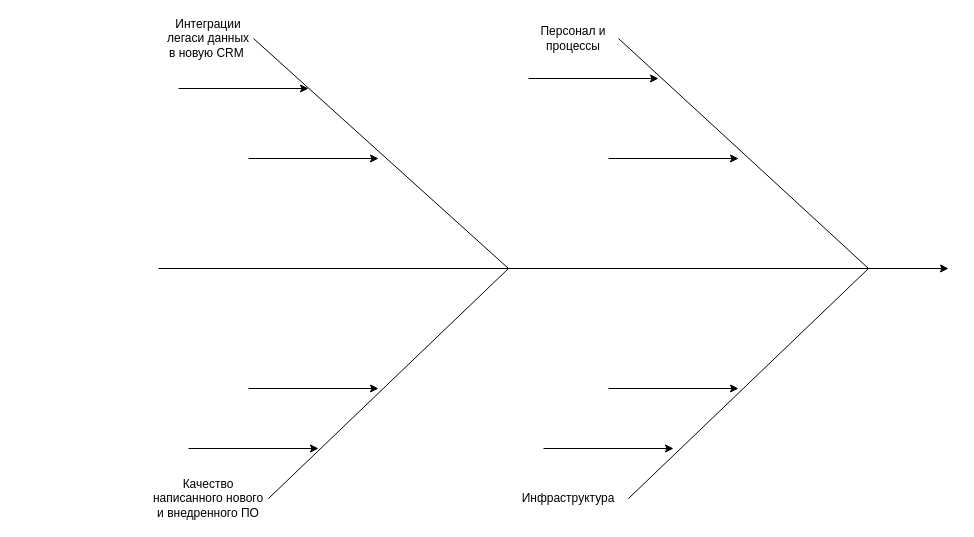
Before: Task4/Ishikawa.drawio in StephPunkFromSamara/architecture-medikamente, a draw.io diagram. Source tidied: cells renumbered, new cells numbered last; positions are measured from the earlier drawing's top-left corner, leaving out a move shared by most shapes. Both pictures are drawn from the tidied source at 100%, with x=0, y=0 at pixel (148, 18).
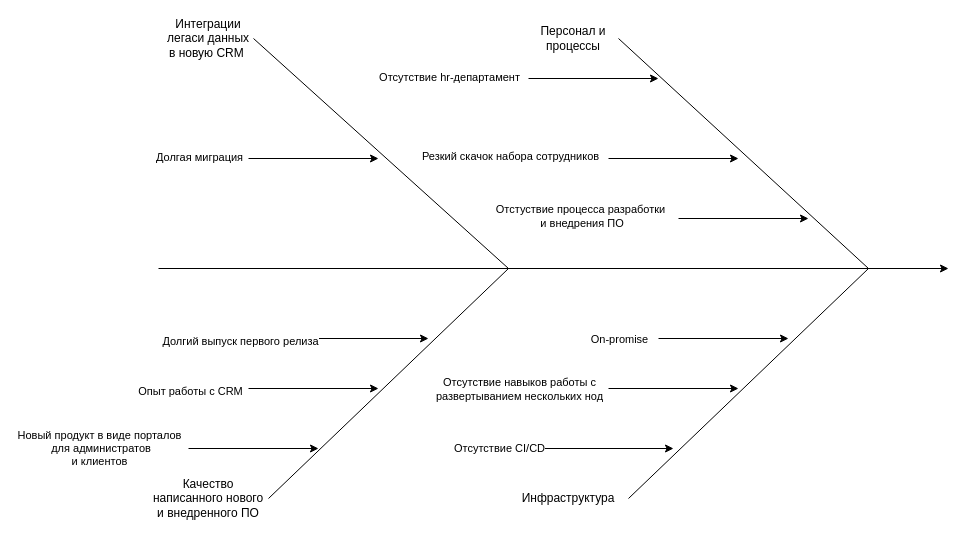
Above is the later version.

Commit message (it also covers changes not shown here):
Правка заданий 2,4

The change refers to these unchanged cells:
```xml
<mxCell id="11" style="endArrow=classic;html=1;rounded=0;" parent="1" edge="1">
  <mxGeometry relative="1" as="geometry">
    <mxPoint x="460" y="140" as="sourcePoint" />
    <mxPoint x="590" y="140" as="targetPoint" />
  </mxGeometry>
</mxCell>
<mxCell id="12" style="endArrow=classic;html=1;rounded=0;" parent="1" edge="1">
  <mxGeometry relative="1" as="geometry">
    <mxPoint x="380" y="60" as="sourcePoint" />
    <mxPoint x="510" y="60" as="targetPoint" />
  </mxGeometry>
</mxCell>
<mxCell id="13" style="endArrow=classic;html=1;rounded=0;" parent="1" edge="1">
  <mxGeometry relative="1" as="geometry">
    <mxPoint x="460" y="370" as="sourcePoint" />
    <mxPoint x="590" y="370" as="targetPoint" />
  </mxGeometry>
</mxCell>
<mxCell id="14" style="endArrow=classic;html=1;rounded=0;" parent="1" edge="1">
  <mxGeometry relative="1" as="geometry">
    <mxPoint x="395" y="430" as="sourcePoint" />
    <mxPoint x="525" y="430" as="targetPoint" />
  </mxGeometry>
</mxCell>
<mxCell id="15" style="endArrow=classic;html=1;rounded=0;" parent="1" edge="1">
  <mxGeometry relative="1" as="geometry">
    <mxPoint x="100" y="370" as="sourcePoint" />
    <mxPoint x="230" y="370" as="targetPoint" />
  </mxGeometry>
</mxCell>
<mxCell id="16" style="endArrow=classic;html=1;rounded=0;" parent="1" edge="1">
  <mxGeometry relative="1" as="geometry">
    <mxPoint x="40" y="430" as="sourcePoint" />
    <mxPoint x="170" y="430" as="targetPoint" />
  </mxGeometry>
</mxCell>
<mxCell id="18" style="endArrow=classic;html=1;rounded=0;" parent="1" edge="1">
  <mxGeometry relative="1" as="geometry">
    <mxPoint x="100" y="140" as="sourcePoint" />
    <mxPoint x="230" y="140" as="targetPoint" />
  </mxGeometry>
</mxCell>
```

The edit, as a diff of the source:
```diff
@@
+    <mxCell id="19" value="Резкий скачок набора сотрудников" style="edgeLabel;html=1;align=center;verticalAlign=middle;" parent="11" vertex="1">
+      <mxGeometry x="-0.46" y="3" relative="1" as="geometry">
+        <mxPoint x="-134" as="offset" />
+      </mxGeometry>
+    </mxCell>
@@
+    <mxCell id="20" value="Отсутствие hr-департамент" style="edgeLabel;html=1;align=center;verticalAlign=middle;" parent="12" vertex="1">
+      <mxGeometry x="-0.91" y="2" relative="1" as="geometry">
+        <mxPoint x="-86" as="offset" />
+      </mxGeometry>
+    </mxCell>
@@
+    <mxCell id="21" value="Отсутствие навыков работы с &lt;br&gt;развертыванием нескольких нод" style="edgeLabel;html=1;align=center;verticalAlign=middle;labelBackgroundColor=none;" parent="13" vertex="1">
+      <mxGeometry x="-0.68" y="3" relative="1" as="geometry">
+        <mxPoint x="-111" y="3" as="offset" />
+      </mxGeometry>
+    </mxCell>
@@
+    <mxCell id="22" value="Отсутствие СI/CD" style="edgeLabel;html=1;align=center;verticalAlign=middle;" parent="14" vertex="1">
+      <mxGeometry x="-0.85" y="1" relative="1" as="geometry">
+        <mxPoint x="-55" as="offset" />
+      </mxGeometry>
+    </mxCell>
@@
+    <mxCell id="23" value="Опыт работы с CRM" style="edgeLabel;html=1;align=center;verticalAlign=middle;" parent="15" vertex="1">
+      <mxGeometry x="-0.56" y="-2" relative="1" as="geometry">
+        <mxPoint x="-88" as="offset" />
+      </mxGeometry>
+    </mxCell>
@@
-    <mxCell id="17" style="endArrow=classic;html=1;rounded=0;" parent="1" edge="1">
-      <mxGeometry relative="1" as="geometry">
-        <mxPoint x="30" y="70" as="sourcePoint" />
-        <mxPoint x="160" y="70" as="targetPoint" />
-      </mxGeometry>
-    </mxCell>
+    <mxCell id="24" value="Новый продукт в виде порталов&lt;br&gt;&amp;nbsp;для администратов &lt;br&gt;и клиентов" style="edgeLabel;html=1;align=center;verticalAlign=middle;labelBackgroundColor=none;" parent="16" vertex="1">
+      <mxGeometry x="-0.85" y="1" relative="1" as="geometry">
+        <mxPoint x="-100" as="offset" />
+      </mxGeometry>
+    </mxCell>
@@
+    <mxCell id="25" value="Долгая миграция" style="edgeLabel;html=1;align=center;verticalAlign=middle;" parent="18" vertex="1">
+      <mxGeometry x="-0.65" y="2" relative="1" as="geometry">
+        <mxPoint x="-73" as="offset" />
+      </mxGeometry>
+    </mxCell>
+    <mxCell id="26" style="endArrow=classic;html=1;rounded=0;" parent="1" edge="1">
+      <mxGeometry relative="1" as="geometry">
+        <mxPoint x="530" y="200" as="sourcePoint" />
+        <mxPoint x="660" y="200" as="targetPoint" />
+      </mxGeometry>
+    </mxCell>
+    <mxCell id="27" value="Отстуствие процесса разработки&lt;br&gt;&amp;nbsp;и внедрения ПО" style="edgeLabel;html=1;align=center;verticalAlign=middle;labelBackgroundColor=none;" parent="26" vertex="1">
+      <mxGeometry x="-0.46" y="3" relative="1" as="geometry">
+        <mxPoint x="-134" as="offset" />
+      </mxGeometry>
+    </mxCell>
+    <mxCell id="28" style="endArrow=classic;html=1;rounded=0;" parent="1" edge="1">
+      <mxGeometry relative="1" as="geometry">
+        <mxPoint x="510" y="320" as="sourcePoint" />
+        <mxPoint x="640" y="320" as="targetPoint" />
+      </mxGeometry>
+    </mxCell>
+    <mxCell id="29" value="On-promise" style="edgeLabel;html=1;align=center;verticalAlign=middle;" parent="28" vertex="1">
+      <mxGeometry x="-0.68" y="3" relative="1" as="geometry">
+        <mxPoint x="-61" y="3" as="offset" />
+      </mxGeometry>
+    </mxCell>
+    <mxCell id="30" style="endArrow=classic;html=1;rounded=0;" parent="1" edge="1">
+      <mxGeometry relative="1" as="geometry">
+        <mxPoint x="150" y="320" as="sourcePoint" />
+        <mxPoint x="280" y="320" as="targetPoint" />
+      </mxGeometry>
+    </mxCell>
+    <mxCell id="31" value="Долгий выпуск первого релиза" style="edgeLabel;html=1;align=center;verticalAlign=middle;" parent="30" vertex="1">
+      <mxGeometry x="-0.56" y="-2" relative="1" as="geometry">
+        <mxPoint x="-88" as="offset" />
+      </mxGeometry>
+    </mxCell>
```
